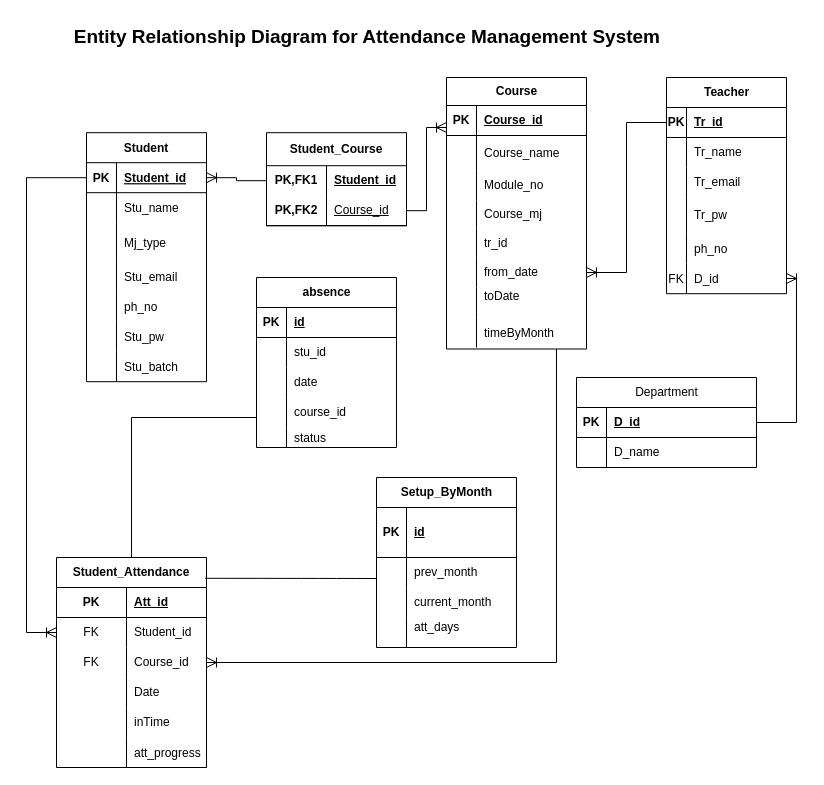
Before: ER.drawio in KhunMaungNgwee/InternShipProject, a draw.io diagram. Source tidied: cells renumbered, new cells numbered last; positions are measured from the earlier drawing's top-left corner, leaving out a move shared by most shapes. Both pictures are drawn from the tidied source at 100%, with x=0, y=0 at pixel (26, 17).
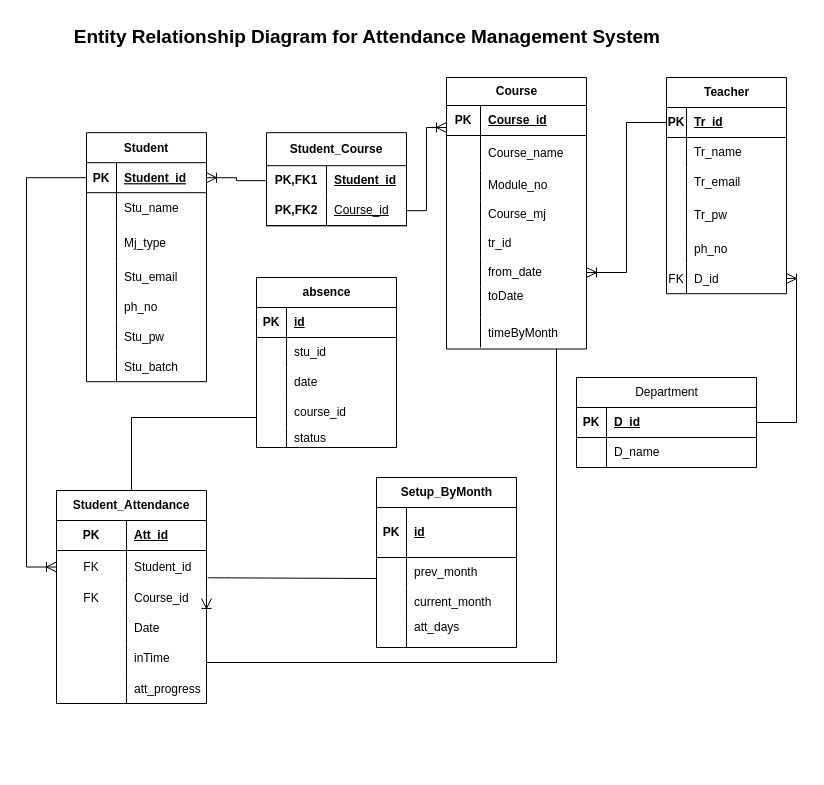
After the change.

The change refers to these unchanged cells:
```xml
<mxCell id="25" style="shape=tableRow;horizontal=0;startSize=0;swimlaneHead=0;swimlaneBody=0;fillColor=none;points=[[0,0.5],[1,0.5]];portConstraint=eastwest;top=0;left=0;right=0;bottom=1;" parent="24" vertex="1">
  <mxGeometry y="28" width="140" height="30" as="geometry" />
</mxCell>
<mxCell id="28" style="shape=tableRow;horizontal=0;startSize=0;swimlaneHead=0;swimlaneBody=0;fillColor=none;top=0;left=0;right=0;bottom=0;" parent="24" vertex="1">
  <mxGeometry y="58" width="140" height="35" as="geometry" />
</mxCell>
<mxCell id="31" style="shape=tableRow;horizontal=0;startSize=0;swimlaneHead=0;swimlaneBody=0;fillColor=none;top=0;left=0;right=0;bottom=0;" parent="24" vertex="1">
  <mxGeometry y="93" width="140" height="30" as="geometry" />
</mxCell>
<mxCell id="34" style="shape=tableRow;horizontal=0;startSize=0;swimlaneHead=0;swimlaneBody=0;fillColor=none;top=0;left=0;right=0;bottom=0;" parent="24" vertex="1">
  <mxGeometry y="123" width="140" height="27" as="geometry" />
</mxCell>
<mxCell id="37" style="shape=tableRow;horizontal=0;startSize=0;swimlaneHead=0;swimlaneBody=0;fillColor=none;top=0;left=0;right=0;bottom=0;" parent="24" vertex="1">
  <mxGeometry y="150" width="140" height="30" as="geometry" />
</mxCell>
<mxCell id="40" style="shape=tableRow;horizontal=0;startSize=0;swimlaneHead=0;swimlaneBody=0;fillColor=none;points=[[0,0.5],[1,0.5]];portConstraint=eastwest;top=0;left=0;right=0;bottom=0;" parent="24" vertex="1">
  <mxGeometry y="180" width="140" height="30" as="geometry" />
</mxCell>
<mxCell id="43" style="shape=tableRow;horizontal=0;startSize=0;swimlaneHead=0;swimlaneBody=0;fillColor=none;top=0;left=0;right=0;bottom=0;" parent="24" vertex="1">
  <mxGeometry y="210" width="140" height="30" as="geometry" />
</mxCell>
<mxCell id="46" style="shape=tableRow;horizontal=0;startSize=0;swimlaneHead=0;swimlaneBody=0;fillColor=none;top=0;left=0;right=0;bottom=0;" parent="24" vertex="1">
  <mxGeometry y="240" width="140" height="30" as="geometry" />
</mxCell>
```

The edit, as a diff of the source:
```diff
@@
     <mxCell id="26" value="PK" style="shape=partialRectangle;fillColor=none;top=0;left=0;bottom=0;right=0;fontStyle=1;overflow=hidden;whiteSpace=wrap;html=1;" parent="25" vertex="1">
-      <mxGeometry width="30" height="30" as="geometry" />
+      <mxGeometry width="34" height="30" as="geometry" />
     </mxCell>
     <mxCell id="27" value="Course_id" style="shape=partialRectangle;fillColor=none;top=0;left=0;bottom=0;right=0;align=left;spacingLeft=6;fontStyle=5;overflow=hidden;whiteSpace=wrap;html=1;" parent="25" vertex="1">
-      <mxGeometry x="30" width="110" height="30" as="geometry" />
+      <mxGeometry x="34" width="106" height="30" as="geometry" />
     </mxCell>
@@
     <mxCell id="29" style="shape=partialRectangle;fillColor=none;top=0;left=0;bottom=0;right=0;overflow=hidden;whiteSpace=wrap;html=1;" parent="28" vertex="1">
-      <mxGeometry width="30" height="35" as="geometry" />
+      <mxGeometry width="34" height="35" as="geometry" />
     </mxCell>
     <mxCell id="30" value="Course_name" style="shape=partialRectangle;fillColor=none;top=0;left=0;bottom=0;right=0;align=left;spacingLeft=6;overflow=hidden;whiteSpace=wrap;html=1;" parent="28" vertex="1">
-      <mxGeometry x="30" width="110" height="35" as="geometry" />
+      <mxGeometry x="34" width="106" height="35" as="geometry" />
     </mxCell>
@@
     <mxCell id="32" style="shape=partialRectangle;fillColor=none;top=0;left=0;bottom=0;right=0;overflow=hidden;whiteSpace=wrap;html=1;" parent="31" vertex="1">
-      <mxGeometry width="30" height="30" as="geometry" />
+      <mxGeometry width="34" height="30" as="geometry" />
     </mxCell>
     <mxCell id="33" value="Module_no" style="shape=partialRectangle;fillColor=none;top=0;left=0;bottom=0;right=0;align=left;spacingLeft=6;overflow=hidden;whiteSpace=wrap;html=1;" parent="31" vertex="1">
-      <mxGeometry x="30" width="110" height="30" as="geometry" />
+      <mxGeometry x="34" width="106" height="30" as="geometry" />
     </mxCell>
@@
     <mxCell id="35" style="shape=partialRectangle;fillColor=none;top=0;left=0;bottom=0;right=0;overflow=hidden;whiteSpace=wrap;html=1;" parent="34" vertex="1">
-      <mxGeometry width="30" height="27" as="geometry" />
+      <mxGeometry width="34" height="27" as="geometry" />
     </mxCell>
     <mxCell id="36" value="Course_mj" style="shape=partialRectangle;fillColor=none;top=0;left=0;bottom=0;right=0;align=left;spacingLeft=6;overflow=hidden;whiteSpace=wrap;html=1;" parent="34" vertex="1">
-      <mxGeometry x="30" width="110" height="27" as="geometry" />
+      <mxGeometry x="34" width="106" height="27" as="geometry" />
     </mxCell>
@@
     <mxCell id="38" style="shape=partialRectangle;fillColor=none;top=0;left=0;bottom=0;right=0;overflow=hidden;" parent="37" vertex="1">
-      <mxGeometry width="30" height="30" as="geometry" />
+      <mxGeometry width="34" height="30" as="geometry" />
     </mxCell>
     <mxCell id="39" value="tr_id" style="shape=partialRectangle;fillColor=none;top=0;left=0;bottom=0;right=0;align=left;spacingLeft=6;overflow=hidden;" parent="37" vertex="1">
-      <mxGeometry x="30" width="110" height="30" as="geometry" />
+      <mxGeometry x="34" width="106" height="30" as="geometry" />
     </mxCell>
@@
     <mxCell id="41" style="shape=partialRectangle;fillColor=none;top=0;left=0;bottom=0;right=0;fontStyle=0;overflow=hidden;whiteSpace=wrap;html=1;" parent="40" vertex="1">
-      <mxGeometry width="30" height="30" as="geometry" />
+      <mxGeometry width="34" height="30" as="geometry" />
     </mxCell>
     <mxCell id="42" value="from_date" style="shape=partialRectangle;fillColor=none;top=0;left=0;bottom=0;right=0;align=left;spacingLeft=6;fontStyle=0;overflow=hidden;whiteSpace=wrap;html=1;" parent="40" vertex="1">
-      <mxGeometry x="30" width="110" height="30" as="geometry" />
+      <mxGeometry x="34" width="106" height="30" as="geometry" />
     </mxCell>
@@
     <mxCell id="44" style="shape=partialRectangle;fillColor=none;top=0;left=0;bottom=0;right=0;overflow=hidden;" parent="43" vertex="1">
-      <mxGeometry width="30" height="30" as="geometry" />
+      <mxGeometry width="34" height="30" as="geometry" />
     </mxCell>
     <mxCell id="45" value="toDate&#10;" style="shape=partialRectangle;fillColor=none;top=0;left=0;bottom=0;right=0;align=left;spacingLeft=6;overflow=hidden;" parent="43" vertex="1">
-      <mxGeometry x="30" width="110" height="30" as="geometry" />
+      <mxGeometry x="34" width="106" height="30" as="geometry" />
     </mxCell>
@@
     <mxCell id="47" style="shape=partialRectangle;fillColor=none;top=0;left=0;bottom=0;right=0;overflow=hidden;" parent="46" vertex="1">
-      <mxGeometry width="30" height="30" as="geometry" />
+      <mxGeometry width="34" height="30" as="geometry" />
     </mxCell>
     <mxCell id="48" value="timeByMonth" style="shape=partialRectangle;fillColor=none;top=0;left=0;bottom=0;right=0;align=left;spacingLeft=6;overflow=hidden;" parent="46" vertex="1">
-      <mxGeometry x="30" width="110" height="30" as="geometry" />
+      <mxGeometry x="34" width="106" height="30" as="geometry" />
     </mxCell>
     <mxCell id="49" value="&lt;span style=&quot;text-wrap: nowrap;&quot;&gt;Student_Attendance&lt;/span&gt;" style="shape=table;startSize=30;childLayout=tableLayout;rowLines=0;fontStyle=1;align=center;html=1;whiteSpace=wrap;flipV=0;" parent="1" vertex="1">
-      <mxGeometry x="30" y="540" width="150" height="210" as="geometry" />
+      <mxGeometry x="30" y="473" width="150" height="213" as="geometry" />
     </mxCell>
@@
     <mxCell id="53" style="shape=tableRow;horizontal=0;startSize=0;swimlaneHead=0;swimlaneBody=0;fillColor=none;points=[[0,0.5],[1,0.5]];portConstraint=eastwest;top=0;left=0;right=0;bottom=0;html=1;" parent="49" vertex="1">
-      <mxGeometry y="60" width="150" height="30" as="geometry" />
+      <mxGeometry y="60" width="150" height="33" as="geometry" />
     </mxCell>
     <mxCell id="54" value="FK" style="shape=partialRectangle;fillColor=none;top=0;left=0;bottom=0;right=0;overflow=hidden;html=1;whiteSpace=wrap;" parent="53" vertex="1">
-      <mxGeometry width="70" height="30" as="geometry" />
+      <mxGeometry width="70" height="33" as="geometry" />
     </mxCell>
     <mxCell id="55" value="Student_id" style="shape=partialRectangle;fillColor=none;top=0;left=0;bottom=0;right=0;align=left;spacingLeft=6;overflow=hidden;html=1;whiteSpace=wrap;" parent="53" vertex="1">
-      <mxGeometry x="70" width="80" height="30" as="geometry" />
+      <mxGeometry x="70" width="80" height="33" as="geometry" />
     </mxCell>
     <mxCell id="56" style="shape=tableRow;horizontal=0;startSize=0;swimlaneHead=0;swimlaneBody=0;fillColor=none;points=[[0,0.5],[1,0.5]];portConstraint=eastwest;top=0;left=0;right=0;bottom=0;" parent="49" vertex="1">
-      <mxGeometry y="90" width="150" height="30" as="geometry" />
+      <mxGeometry y="93" width="150" height="30" as="geometry" />
     </mxCell>
@@
     <mxCell id="59" style="shape=tableRow;horizontal=0;startSize=0;swimlaneHead=0;swimlaneBody=0;fillColor=none;top=0;left=0;right=0;bottom=0;html=1;" parent="49" vertex="1">
-      <mxGeometry y="120" width="150" height="30" as="geometry" />
+      <mxGeometry y="123" width="150" height="30" as="geometry" />
     </mxCell>
@@
     <mxCell id="62" style="shape=tableRow;horizontal=0;startSize=0;swimlaneHead=0;swimlaneBody=0;fillColor=none;top=0;left=0;right=0;bottom=0;html=1;" parent="49" vertex="1">
-      <mxGeometry y="150" width="150" height="30" as="geometry" />
+      <mxGeometry y="153" width="150" height="30" as="geometry" />
     </mxCell>
@@
     <mxCell id="65" style="shape=tableRow;horizontal=0;startSize=0;swimlaneHead=0;swimlaneBody=0;fillColor=none;top=0;left=0;right=0;bottom=0;" parent="49" vertex="1">
-      <mxGeometry y="180" width="150" height="30" as="geometry" />
+      <mxGeometry y="183" width="150" height="30" as="geometry" />
     </mxCell>
@@
-    <mxCell id="138" style="endArrow=none;html=1;rounded=0;fontSize=12;startSize=8;endSize=8;curved=1;exitX=0.991;exitY=0.099;exitDx=0;exitDy=0;exitPerimeter=0;" parent="1" edge="1" source="49">
+    <mxCell id="138" style="endArrow=none;html=1;rounded=0;fontSize=12;startSize=8;endSize=8;curved=1;exitX=1.008;exitY=0.827;exitDx=0;exitDy=0;exitPerimeter=0;" parent="1" edge="1" source="53">
       <mxGeometry relative="1" as="geometry">
         <mxPoint x="350" y="561" as="targetPoint" />
       </mxGeometry>
     </mxCell>
```
